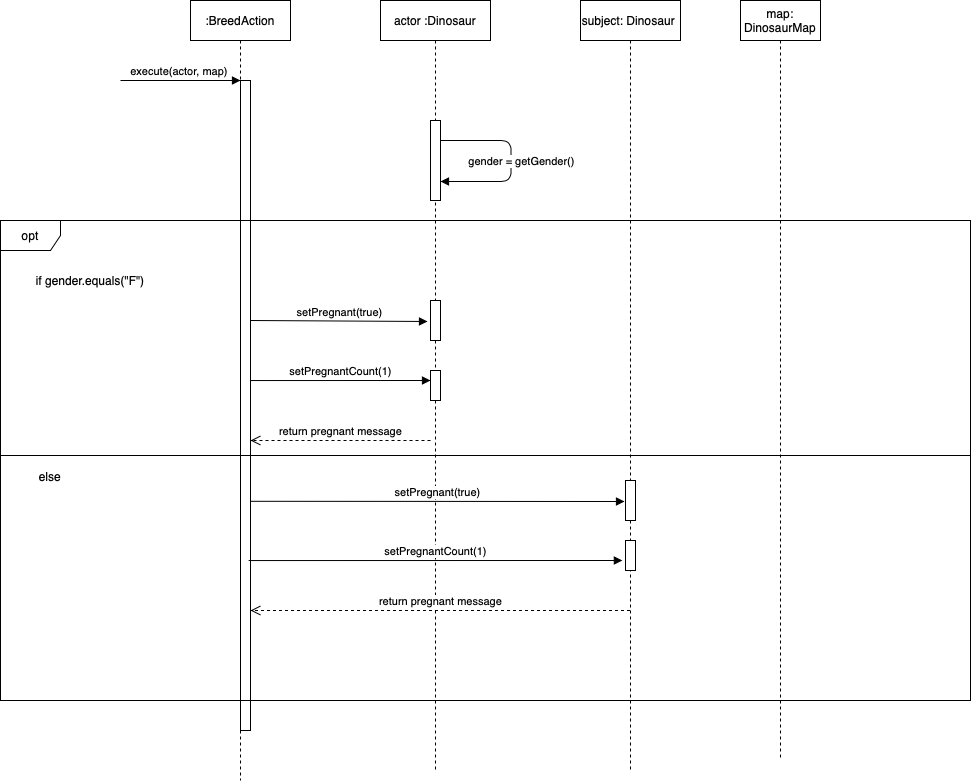
Above: assignment_workings/BreedAction.execute.png in mltw/fit2099-jurassic-park-2021 (draw.io), before the change. Source tidied: cells renumbered, new cells last; positions are measured from the earlier drawing's top-left corner, leaving out a move shared by most shapes.
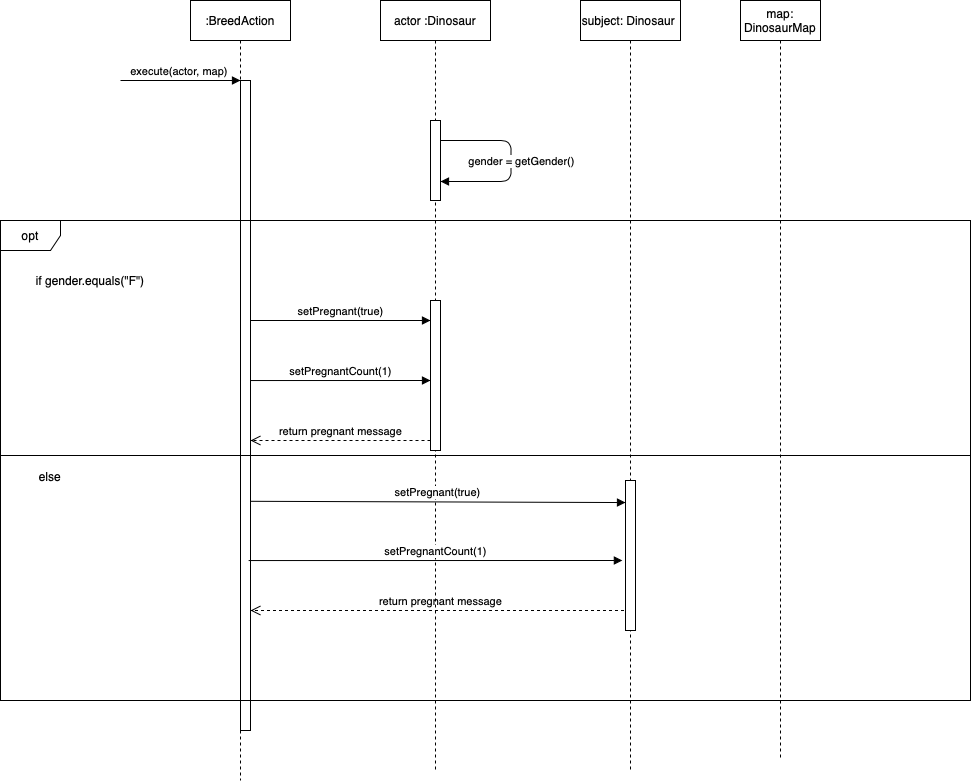
After the change.

What changed in the source:
```diff
@@ -2,6 +2,11 @@
   <root>
     <mxCell id="0" />
     <mxCell id="1" parent="0" />
+    <mxCell id="22" value="return pregnant message" style="html=1;verticalAlign=bottom;endArrow=open;dashed=1;endSize=8;" parent="1" edge="1" source="17">
+      <mxGeometry relative="1" as="geometry">
+        <mxPoint x="250" y="610" as="targetPoint" />
+      </mxGeometry>
+    </mxCell>
     <mxCell id="2" value=":BreedAction" style="shape=umlLifeline;perimeter=lifelinePerimeter;whiteSpace=wrap;html=1;" parent="1" vertex="1">
       <mxGeometry x="190" width="100" height="780" as="geometry" />
     </mxCell>
@@ -36,13 +41,13 @@
         </Array>
       </mxGeometry>
     </mxCell>
-    <mxCell id="10" value="setPregnant(true)" style="html=1;verticalAlign=bottom;endArrow=block;entryX=-0.3;entryY=0.525;entryDx=0;entryDy=0;entryPerimeter=0;" parent="1" edge="1" target="11">
+    <mxCell id="10" value="setPregnant(true)" style="html=1;verticalAlign=bottom;endArrow=block;" parent="1" edge="1" target="11">
       <mxGeometry relative="1" as="geometry">
         <mxPoint x="250" y="320" as="sourcePoint" />
       </mxGeometry>
     </mxCell>
     <mxCell id="11" style="html=1;points=[];perimeter=orthogonalPerimeter;" parent="1" vertex="1">
-      <mxGeometry x="430" y="300" width="10" height="40" as="geometry" />
+      <mxGeometry x="430" y="300" width="10" height="150" as="geometry" />
     </mxCell>
     <mxCell id="12" value="setPregnantCount(1)" style="html=1;verticalAlign=bottom;endArrow=block;entryX=0.453;entryY=0.294;entryDx=0;entryDy=0;entryPerimeter=0;" parent="1" edge="1">
       <mxGeometry relative="1" as="geometry">
@@ -50,9 +55,6 @@
         <mxPoint x="430" y="380" as="targetPoint" />
       </mxGeometry>
     </mxCell>
-    <mxCell id="13" style="html=1;perimeter=orthogonalPerimeter;" parent="1" vertex="1">
-      <mxGeometry x="430" y="370" width="10" height="30" as="geometry" />
-    </mxCell>
     <mxCell id="14" value="return pregnant message" style="html=1;verticalAlign=bottom;endArrow=open;dashed=1;endSize=8;" parent="1" edge="1">
       <mxGeometry relative="1" as="geometry">
         <mxPoint x="430" y="440" as="sourcePoint" />
@@ -69,12 +71,9 @@
       <mxGeometry x="580" width="100" height="770" as="geometry" />
     </mxCell>
     <mxCell id="18" style="html=1;points=[];perimeter=orthogonalPerimeter;" parent="17" vertex="1">
-      <mxGeometry x="45" y="480" width="10" height="40" as="geometry" />
+      <mxGeometry x="45" y="480" width="10" height="150" as="geometry" />
     </mxCell>
-    <mxCell id="19" style="html=1;perimeter=orthogonalPerimeter;" parent="17" vertex="1">
-      <mxGeometry x="45" y="540" width="10" height="30" as="geometry" />
-    </mxCell>
-    <mxCell id="20" value="setPregnant(true)" style="html=1;verticalAlign=bottom;endArrow=block;entryX=-0.1;entryY=0.525;entryDx=0;entryDy=0;entryPerimeter=0;exitX=0.258;exitY=0.585;exitDx=0;exitDy=0;exitPerimeter=0;" parent="1" edge="1" source="7" target="18">
+    <mxCell id="20" value="setPregnant(true)" style="html=1;verticalAlign=bottom;endArrow=block;entryX=0;entryY=0.147;entryDx=0;entryDy=0;entryPerimeter=0;exitX=0.258;exitY=0.585;exitDx=0;exitDy=0;exitPerimeter=0;" parent="1" edge="1" source="7" target="18">
       <mxGeometry relative="1" as="geometry" />
     </mxCell>
     <mxCell id="21" value="setPregnantCount(1)" style="html=1;verticalAlign=bottom;endArrow=block;entryX=-0.1;entryY=0.525;entryDx=0;entryDy=0;entryPerimeter=0;exitX=0.258;exitY=0.511;exitDx=0;exitDy=0;exitPerimeter=0;" parent="1" edge="1">
@@ -83,11 +82,6 @@
         <mxPoint x="621.9" y="560" as="targetPoint" />
       </mxGeometry>
     </mxCell>
-    <mxCell id="22" value="return pregnant message" style="html=1;verticalAlign=bottom;endArrow=open;dashed=1;endSize=8;" parent="1" edge="1" source="17">
-      <mxGeometry relative="1" as="geometry">
-        <mxPoint x="250" y="610" as="targetPoint" />
-      </mxGeometry>
-    </mxCell>
     <mxCell id="23" value="map: DinosaurMap&lt;span style=&quot;color: rgba(0 , 0 , 0 , 0) ; font-family: monospace ; font-size: 0px&quot;&gt;%3CmxGraphModel%3E%3Croot%3E%3CmxCell%20id%3D%220%22%2F%3E%3CmxCell%20id%3D%221%22%20parent%3D%220%22%2F%3E%3CmxCell%20id%3D%222%22%20value%3D%22corpse%3A%20Corpse%22%20style%3D%22shape%3DumlLifeline%3Bperimeter%3DlifelinePerimeter%3BwhiteSpace%3Dwrap%3Bhtml%3D1%3Bcontainer%3D1%3Bcollapsible%3D0%3BrecursiveResize%3D0%3BoutlineConnect%3D0%3B%22%20vertex%3D%221%22%20parent%3D%221%22%3E%3CmxGeometry%20x%3D%22880%22%20y%3D%2240%22%20width%3D%22100%22%20height%3D%222000%22%20as%3D%22geometry%22%2F%3E%3C%2FmxCell%3E%3CmxCell%20id%3D%223%22%20value%3D%22%22%20style%3D%22html%3D1%3Bpoints%3D%5B%5D%3Bperimeter%3DorthogonalPerimeter%3B%22%20vertex%3D%221%22%20parent%3D%222%22%3E%3CmxGeometry%20x%3D%2245%22%20y%3D%22700%22%20width%3D%2210%22%20height%3D%2230%22%20as%3D%22geometry%22%2F%3E%3C%2FmxCell%3E%3CmxCell%20id%3D%224%22%20value%3D%22%22%20style%3D%22html%3D1%3Bpoints%3D%5B%5D%3Bperimeter%3DorthogonalPerimeter%3B%22%20vertex%3D%221%22%20parent%3D%222%22%3E%3CmxGeometry%20x%3D%2245%22%20y%3D%22785%22%20width%3D%2210%22%20height%3D%2230%22%20as%3D%22geometry%22%2F%3E%3C%2FmxCell%3E%3CmxCell%20id%3D%225%22%20value%3D%22%22%20style%3D%22html%3D1%3Bpoints%3D%5B%5D%3Bperimeter%3DorthogonalPerimeter%3B%22%20vertex%3D%221%22%20parent%3D%222%22%3E%3CmxGeometry%20x%3D%2245%22%20y%3D%22850%22%20width%3D%2210%22%20height%3D%2230%22%20as%3D%22geometry%22%2F%3E%3C%2FmxCell%3E%3C%2Froot%3E%3C%2FmxGraphModel%3E&lt;/span&gt;" style="shape=umlLifeline;perimeter=lifelinePerimeter;whiteSpace=wrap;html=1;" parent="1" vertex="1">
       <mxGeometry x="740" width="80" height="760" as="geometry" />
     </mxCell>
```
